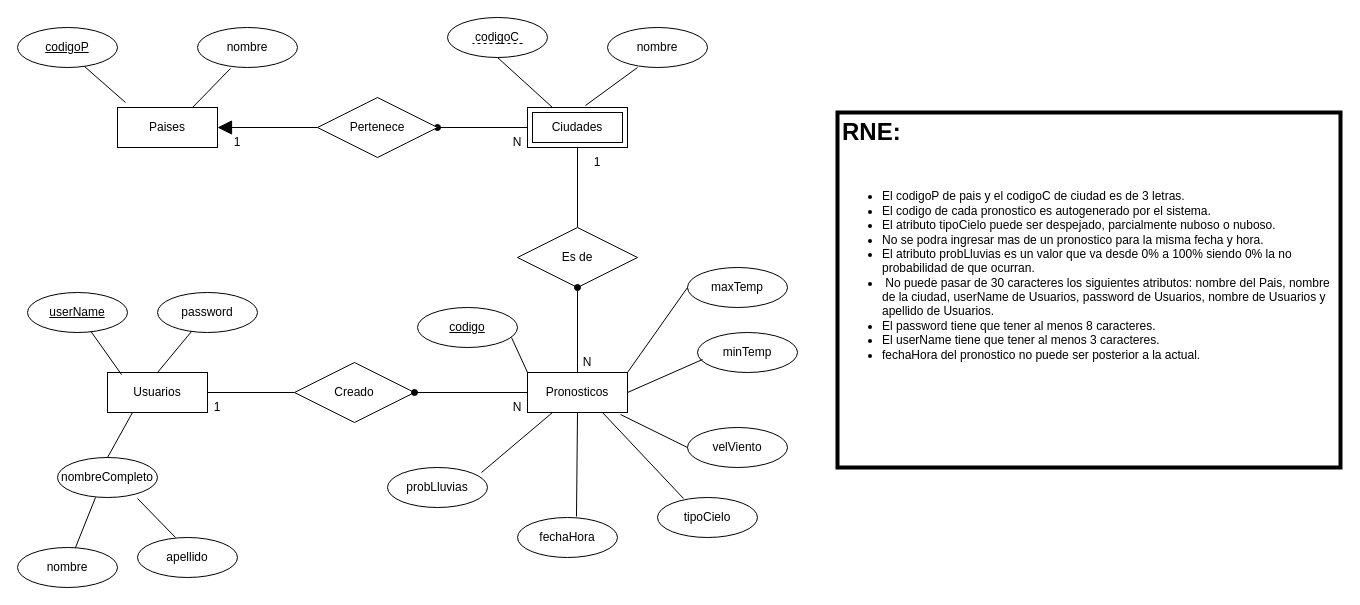
This is Diagramas/DER_ProyectoFinal.drawio from Rodrigo-Cornelius/Proyecto_Programador.net, a draw.io file, before an edit. Source tidied: cells renumbered, new cells numbered last; positions are measured from the earlier drawing's top-left corner, leaving out a move shared by most shapes. Both pictures are drawn from the tidied source at 100%, with x=0, y=0 at pixel (17, 17).
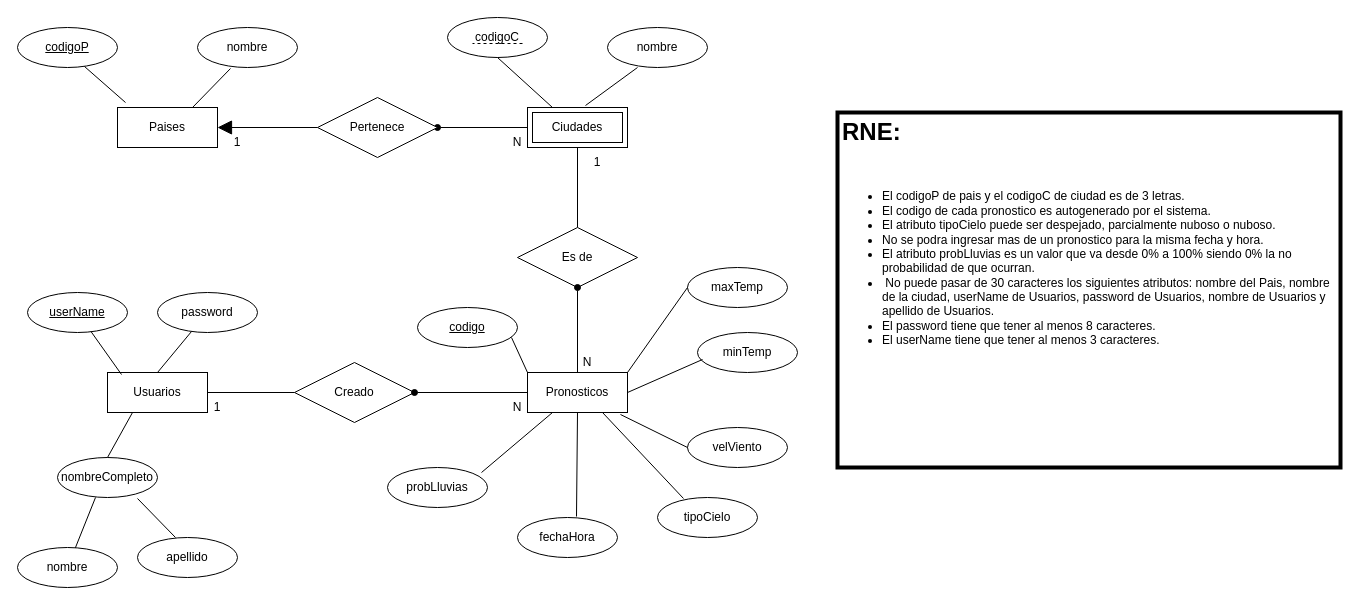
The same diagram, later.

The edit, as a diff of the source:
```diff
@@
-    <mxCell id="54" value="&lt;h1&gt;RNE:&lt;/h1&gt;&lt;p&gt;&lt;br&gt;&lt;/p&gt;&lt;ul&gt;&lt;li&gt;El codigoP de pais y el codigoC de ciudad es de 3 letras.&lt;/li&gt;&lt;li&gt;El codigo de cada pronostico es autogenerado por el sistema.&lt;/li&gt;&lt;li&gt;El atributo tipoCielo puede ser despejado, parcialmente nuboso o nuboso.&lt;/li&gt;&lt;li&gt;No se podra ingresar mas de un pronostico para la misma fecha y hora.&lt;/li&gt;&lt;li&gt;El atributo probLluvias es un valor que va desde 0% a 100% siendo 0% la no probabilidad de que ocurran.&lt;/li&gt;&lt;li&gt;&amp;nbsp;No puede pasar de 30 caracteres los siguientes atributos: nombre del Pais, nombre de la ciudad, userName de Usuarios, password de Usuarios, nombre de Usuarios y apellido de Usuarios.&lt;/li&gt;&lt;li&gt;El password tiene que tener al menos 8 caracteres.&lt;/li&gt;&lt;li&gt;El userName tiene que tener al menos 3 caracteres.&lt;/li&gt;&lt;li&gt;fechaHora del pronostico no puede ser posterior a la actual.&lt;br&gt;&lt;/li&gt;&lt;/ul&gt;&lt;div&gt;&lt;br&gt;&lt;/div&gt;&lt;div&gt;&lt;br&gt;&lt;/div&gt;" style="text;html=1;strokeColor=default;fillColor=none;spacing=5;spacingTop=-20;whiteSpace=wrap;overflow=hidden;rounded=0;strokeWidth=4;" parent="1" vertex="1">
+    <mxCell id="54" value="&lt;h1&gt;RNE:&lt;/h1&gt;&lt;p&gt;&lt;br&gt;&lt;/p&gt;&lt;ul&gt;&lt;li&gt;El codigoP de pais y el codigoC de ciudad es de 3 letras.&lt;/li&gt;&lt;li&gt;El codigo de cada pronostico es autogenerado por el sistema.&lt;/li&gt;&lt;li&gt;El atributo tipoCielo puede ser despejado, parcialmente nuboso o nuboso.&lt;/li&gt;&lt;li&gt;No se podra ingresar mas de un pronostico para la misma fecha y hora.&lt;/li&gt;&lt;li&gt;El atributo probLluvias es un valor que va desde 0% a 100% siendo 0% la no probabilidad de que ocurran.&lt;/li&gt;&lt;li&gt;&amp;nbsp;No puede pasar de 30 caracteres los siguientes atributos: nombre del Pais, nombre de la ciudad, userName de Usuarios, password de Usuarios, nombre de Usuarios y apellido de Usuarios.&lt;/li&gt;&lt;li&gt;El password tiene que tener al menos 8 caracteres.&lt;/li&gt;&lt;li&gt;El userName tiene que tener al menos 3 caracteres.&lt;/li&gt;&lt;/ul&gt;&lt;div&gt;&lt;br&gt;&lt;/div&gt;&lt;div&gt;&lt;br&gt;&lt;/div&gt;" style="text;html=1;strokeColor=default;fillColor=none;spacing=5;spacingTop=-20;whiteSpace=wrap;overflow=hidden;rounded=0;strokeWidth=4;" parent="1" vertex="1">
       <mxGeometry x="820" y="95" width="503" height="355" as="geometry" />
     </mxCell>
```
